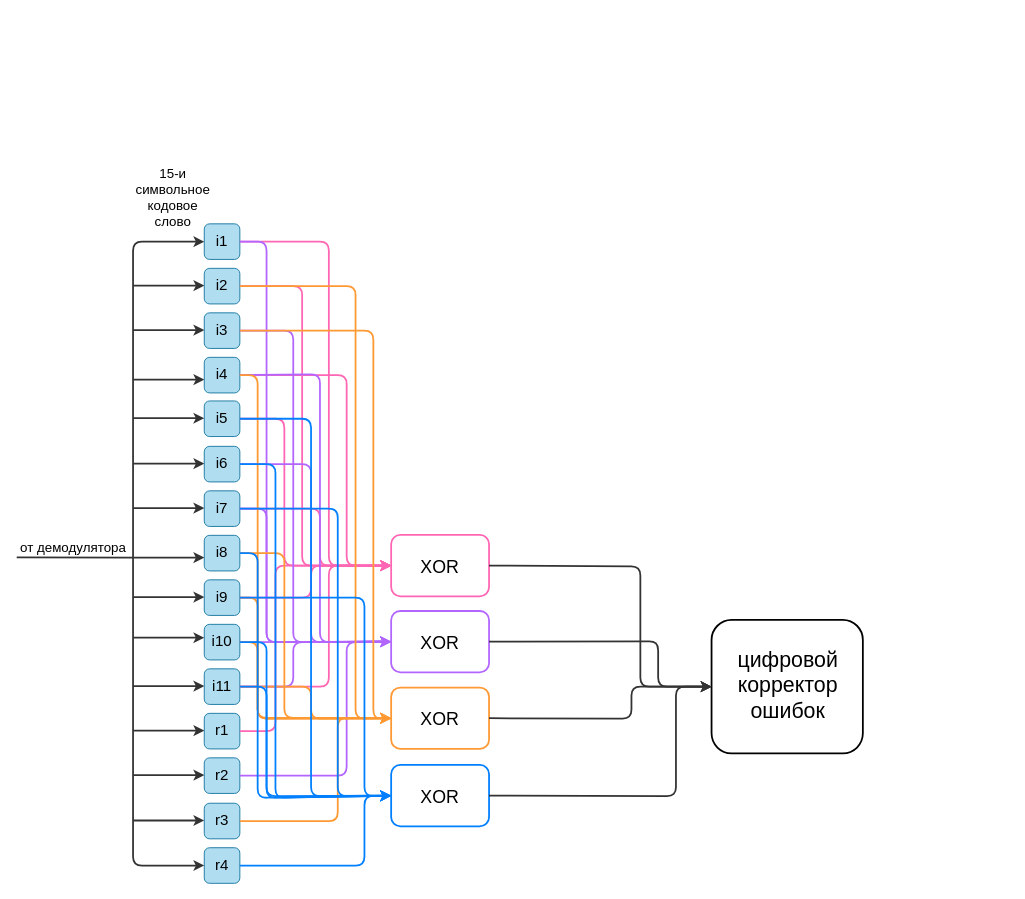
Before: page "Страница 2" (2 of 2) of 1st semester/computer science/Диаграмма без названия.drawio in 7Kseniya/itmo, a draw.io diagram. Source tidied: cells renumbered, new cells numbered last; positions are measured from the earlier drawing's top-left corner, leaving out a move shared by most shapes. Both pictures are drawn from the tidied source at 89%, with x=0, y=0 at pixel (15, 166).
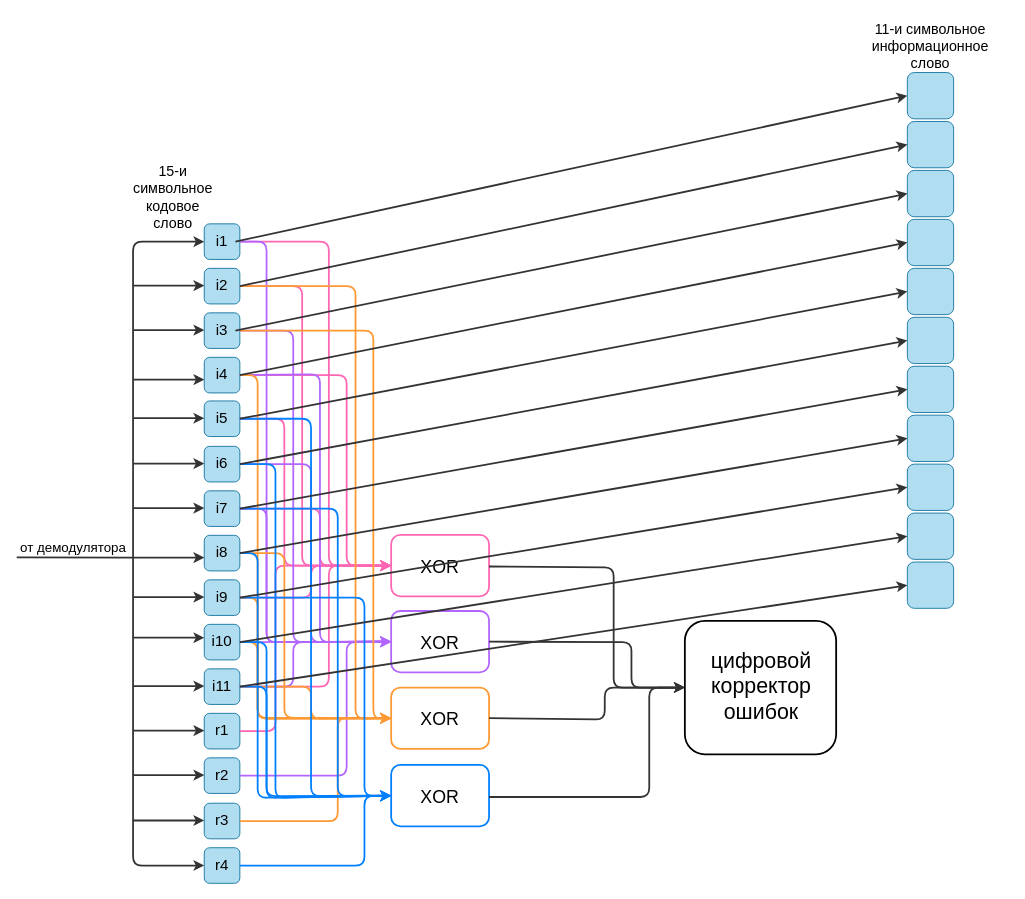
After the change.

The change refers to these unchanged cells:
```xml
<mxCell id="5" style="rounded=1;whiteSpace=wrap;html=1;fillColor=#b1ddf0;strokeColor=#10739e;fillStyle=auto;" parent="1" vertex="1">
  <mxGeometry x="212" y="115" width="40" height="40" as="geometry" />
</mxCell>
<mxCell id="35" value="i1" style="text;html=1;strokeColor=none;fillColor=none;align=center;verticalAlign=middle;whiteSpace=wrap;rounded=0;fillStyle=auto;strokeWidth=2;fontSize=17;" parent="1" vertex="1">
  <mxGeometry x="217" y="70" width="30" height="30" as="geometry" />
</mxCell>
<mxCell id="37" value="i3" style="text;html=1;strokeColor=none;fillColor=none;align=center;verticalAlign=middle;whiteSpace=wrap;rounded=0;fillStyle=auto;strokeWidth=2;fontSize=17;" parent="1" vertex="1">
  <mxGeometry x="217" y="170" width="30" height="30" as="geometry" />
</mxCell>
<mxCell id="38" value="i4" style="text;html=1;strokeColor=none;fillColor=none;align=center;verticalAlign=middle;whiteSpace=wrap;rounded=0;fillStyle=auto;strokeWidth=2;fontSize=17;" parent="1" vertex="1">
  <mxGeometry x="212" y="220" width="40" height="30" as="geometry" />
</mxCell>
<mxCell id="39" value="i5" style="text;html=1;strokeColor=none;fillColor=none;align=center;verticalAlign=middle;whiteSpace=wrap;rounded=0;fillStyle=auto;strokeWidth=2;fontSize=17;" parent="1" vertex="1">
  <mxGeometry x="212" y="269" width="40" height="30" as="geometry" />
</mxCell>
<mxCell id="41" value="i7" style="text;html=1;strokeColor=none;fillColor=none;align=center;verticalAlign=middle;whiteSpace=wrap;rounded=0;fillStyle=auto;strokeWidth=2;fontSize=17;" parent="1" vertex="1">
  <mxGeometry x="212" y="370" width="40" height="30" as="geometry" />
</mxCell>
<mxCell id="42" value="i8" style="text;html=1;strokeColor=none;fillColor=none;align=center;verticalAlign=middle;whiteSpace=wrap;rounded=0;fillStyle=auto;strokeWidth=2;fontSize=17;" parent="1" vertex="1">
  <mxGeometry x="212" y="420" width="40" height="30" as="geometry" />
</mxCell>
<mxCell id="43" value="i9" style="text;html=1;strokeColor=none;fillColor=none;align=center;verticalAlign=middle;whiteSpace=wrap;rounded=0;fillStyle=auto;strokeWidth=2;fontSize=17;" parent="1" vertex="1">
  <mxGeometry x="212" y="470" width="40" height="30" as="geometry" />
</mxCell>
<mxCell id="44" value="i10" style="text;html=1;strokeColor=none;fillColor=none;align=center;verticalAlign=middle;whiteSpace=wrap;rounded=0;fillStyle=auto;strokeWidth=2;fontSize=17;" parent="1" vertex="1">
  <mxGeometry x="212" y="520" width="40" height="30" as="geometry" />
</mxCell>
<mxCell id="50" style="rounded=1;whiteSpace=wrap;html=1;fillStyle=auto;strokeColor=#007FFF;strokeWidth=2;fontSize=17;" parent="1" vertex="1">
  <mxGeometry x="422" y="673" width="110" height="69" as="geometry" />
</mxCell>
<mxCell id="51" style="rounded=1;whiteSpace=wrap;html=1;fillStyle=auto;strokeColor=#FF9933;strokeWidth=2;fontSize=17;" parent="1" vertex="1">
  <mxGeometry x="422" y="586" width="110" height="69" as="geometry" />
</mxCell>
<mxCell id="52" style="rounded=1;whiteSpace=wrap;html=1;fillStyle=auto;strokeColor=#B266FF;strokeWidth=2;fontSize=17;" parent="1" vertex="1">
  <mxGeometry x="422" y="500" width="110" height="69" as="geometry" />
</mxCell>
<mxCell id="53" style="rounded=1;whiteSpace=wrap;html=1;fillStyle=auto;strokeColor=#FF66B3;strokeWidth=2;fontSize=17;" parent="1" vertex="1">
  <mxGeometry x="422" y="414.5" width="110" height="69" as="geometry" />
</mxCell>
```

The edit, as a diff of the source:
```diff
@@
-    <mxCell id="2" style="rounded=1;whiteSpace=wrap;html=1;fillStyle=auto;strokeWidth=2;fontSize=16;" parent="1" vertex="1">
-      <mxGeometry x="782" y="510" width="170" height="150" as="geometry" />
-    </mxCell>
@@
-    <mxCell id="54" value="15-и символьное кодовое слово" style="text;html=1;strokeColor=none;fillColor=none;align=center;verticalAlign=middle;whiteSpace=wrap;rounded=0;fillStyle=auto;fontSize=15;" parent="1" vertex="1">
+    <mxCell id="54" value="15-и символьное кодовое слово" style="text;html=1;strokeColor=none;fillColor=none;align=center;verticalAlign=middle;whiteSpace=wrap;rounded=0;fillStyle=auto;fontSize=16;" parent="1" vertex="1">
       <mxGeometry x="132" width="90" height="70" as="geometry" />
     </mxCell>
@@
+    <mxCell id="96" style="rounded=1;whiteSpace=wrap;html=1;fillColor=#b1ddf0;strokeColor=#10739e;fillStyle=auto;" parent="1" vertex="1">
+      <mxGeometry x="1002" y="60" width="52" height="52" as="geometry" />
+    </mxCell>
+    <mxCell id="97" style="endArrow=classic;html=1;rounded=1;strokeColor=#333333;strokeWidth=2;fontSize=24;entryX=0;entryY=0.5;entryDx=0;entryDy=0;" parent="1" edge="1" target="101">
+      <mxGeometry relative="1" as="geometry">
+        <mxPoint x="532" y="709" as="sourcePoint" />
+        <Array as="points">
+          <mxPoint x="712" y="709" />
+          <mxPoint x="712" y="586" />
+        </Array>
+      </mxGeometry>
+    </mxCell>
+    <mxCell id="98" style="endArrow=classic;html=1;rounded=1;strokeColor=#333333;strokeWidth=2;fontSize=24;entryX=0;entryY=0.5;entryDx=0;entryDy=0;exitX=1;exitY=0.5;exitDx=0;exitDy=0;" parent="1" edge="1" source="51" target="101">
+      <mxGeometry relative="1" as="geometry">
+        <Array as="points">
+          <mxPoint x="662" y="622" />
+          <mxPoint x="662" y="586" />
+        </Array>
+      </mxGeometry>
+    </mxCell>
+    <mxCell id="99" style="endArrow=classic;html=1;rounded=1;strokeColor=#333333;strokeWidth=2;fontSize=24;entryX=0;entryY=0.5;entryDx=0;entryDy=0;" parent="1" edge="1" target="101">
+      <mxGeometry relative="1" as="geometry">
+        <mxPoint x="532" y="450" as="sourcePoint" />
+        <Array as="points">
+          <mxPoint x="672" y="451" />
+          <mxPoint x="672" y="586" />
+        </Array>
+      </mxGeometry>
+    </mxCell>
+    <mxCell id="100" style="endArrow=classic;html=1;rounded=1;strokeColor=#333333;strokeWidth=2;fontSize=24;entryX=0;entryY=0.5;entryDx=0;entryDy=0;exitX=1;exitY=0.5;exitDx=0;exitDy=0;" parent="1" edge="1" source="52" target="101">
+      <mxGeometry relative="1" as="geometry">
+        <Array as="points">
+          <mxPoint x="692" y="535" />
+          <mxPoint x="692" y="586" />
+        </Array>
+      </mxGeometry>
+    </mxCell>
+    <mxCell id="101" style="rounded=1;whiteSpace=wrap;html=1;fillStyle=auto;strokeWidth=2;fontSize=16;" parent="1" vertex="1">
+      <mxGeometry x="752" y="511" width="170" height="150" as="geometry" />
+    </mxCell>
     <mxCell id="91" value="цифровой корректор ошибок" style="text;html=1;strokeColor=none;fillColor=none;align=center;verticalAlign=middle;whiteSpace=wrap;rounded=0;fillStyle=auto;strokeWidth=2;fontSize=24;" parent="1" vertex="1">
-      <mxGeometry x="808" y="549" width="120" height="70" as="geometry" />
+      <mxGeometry x="778" y="550" width="120" height="70" as="geometry" />
     </mxCell>
-    <mxCell id="92" style="endArrow=classic;html=1;rounded=1;strokeColor=#333333;strokeWidth=2;fontSize=24;exitX=1;exitY=0.5;exitDx=0;exitDy=0;entryX=0;entryY=0.5;entryDx=0;entryDy=0;" parent="1" edge="1" source="53" target="2">
-      <mxGeometry relative="1" as="geometry">
-        <Array as="points">
-          <mxPoint x="702" y="450" />
-          <mxPoint x="702" y="585" />
-        </Array>
-      </mxGeometry>
-    </mxCell>
-    <mxCell id="93" style="endArrow=classic;html=1;rounded=1;strokeColor=#333333;strokeWidth=2;fontSize=24;exitX=1;exitY=0.5;exitDx=0;exitDy=0;entryX=0;entryY=0.5;entryDx=0;entryDy=0;" parent="1" edge="1" source="52" target="2">
-      <mxGeometry relative="1" as="geometry">
-        <Array as="points">
-          <mxPoint x="722" y="534" />
-          <mxPoint x="722" y="585" />
-        </Array>
-      </mxGeometry>
-    </mxCell>
-    <mxCell id="94" style="endArrow=classic;html=1;rounded=1;strokeColor=#333333;strokeWidth=2;fontSize=24;exitX=1;exitY=0.5;exitDx=0;exitDy=0;entryX=0;entryY=0.5;entryDx=0;entryDy=0;" parent="1" edge="1" source="51" target="2">
-      <mxGeometry relative="1" as="geometry">
-        <Array as="points">
-          <mxPoint x="692" y="621" />
-          <mxPoint x="692" y="585" />
-        </Array>
-      </mxGeometry>
-    </mxCell>
-    <mxCell id="95" style="endArrow=classic;html=1;rounded=1;strokeColor=#333333;strokeWidth=2;fontSize=24;exitX=1;exitY=0.5;exitDx=0;exitDy=0;entryX=0;entryY=0.5;entryDx=0;entryDy=0;" parent="1" edge="1" source="50" target="2">
-      <mxGeometry relative="1" as="geometry">
-        <Array as="points">
-          <mxPoint x="742" y="708" />
-          <mxPoint x="742" y="585" />
-        </Array>
-      </mxGeometry>
-    </mxCell>
+    <mxCell id="102" style="rounded=1;whiteSpace=wrap;html=1;fillColor=#b1ddf0;strokeColor=#10739e;fillStyle=auto;" parent="1" vertex="1">
+      <mxGeometry x="1002" y="115" width="52" height="52" as="geometry" />
+    </mxCell>
+    <mxCell id="103" style="rounded=1;whiteSpace=wrap;html=1;fillColor=#b1ddf0;strokeColor=#10739e;fillStyle=auto;" parent="1" vertex="1">
+      <mxGeometry x="1002" y="170" width="52" height="52" as="geometry" />
+    </mxCell>
+    <mxCell id="104" style="rounded=1;whiteSpace=wrap;html=1;fillColor=#b1ddf0;strokeColor=#10739e;fillStyle=auto;" parent="1" vertex="1">
+      <mxGeometry x="1002" y="5" width="52" height="52" as="geometry" />
+    </mxCell>
+    <mxCell id="105" style="rounded=1;whiteSpace=wrap;html=1;fillColor=#b1ddf0;strokeColor=#10739e;fillStyle=auto;" parent="1" vertex="1">
+      <mxGeometry x="1002" y="280" width="52" height="52" as="geometry" />
+    </mxCell>
+    <mxCell id="106" style="rounded=1;whiteSpace=wrap;html=1;fillColor=#b1ddf0;strokeColor=#10739e;fillStyle=auto;" parent="1" vertex="1">
+      <mxGeometry x="1002" y="335" width="52" height="52" as="geometry" />
+    </mxCell>
+    <mxCell id="107" style="rounded=1;whiteSpace=wrap;html=1;fillColor=#b1ddf0;strokeColor=#10739e;fillStyle=auto;" parent="1" vertex="1">
+      <mxGeometry x="1002" y="390" width="52" height="52" as="geometry" />
+    </mxCell>
+    <mxCell id="108" style="rounded=1;whiteSpace=wrap;html=1;fillColor=#b1ddf0;strokeColor=#10739e;fillStyle=auto;" parent="1" vertex="1">
+      <mxGeometry x="1002" y="225" width="52" height="52" as="geometry" />
+    </mxCell>
+    <mxCell id="109" style="rounded=1;whiteSpace=wrap;html=1;fillColor=#b1ddf0;strokeColor=#10739e;fillStyle=auto;" parent="1" vertex="1">
+      <mxGeometry x="1002" y="-50" width="52" height="52" as="geometry" />
+    </mxCell>
+    <mxCell id="110" style="rounded=1;whiteSpace=wrap;html=1;fillColor=#b1ddf0;strokeColor=#10739e;fillStyle=auto;" parent="1" vertex="1">
+      <mxGeometry x="1002" y="-105" width="52" height="52" as="geometry" />
+    </mxCell>
+    <mxCell id="111" value="11-и символьное информационное слово" style="text;html=1;strokeColor=none;fillColor=none;align=center;verticalAlign=middle;whiteSpace=wrap;rounded=0;fillStyle=auto;strokeWidth=2;fontSize=16;" parent="1" vertex="1">
+      <mxGeometry x="938" y="-169" width="180" height="67" as="geometry" />
+    </mxCell>
+    <mxCell id="112" style="endArrow=classic;html=1;rounded=1;strokeColor=#333333;strokeWidth=2;fontSize=16;exitX=1;exitY=0.5;exitDx=0;exitDy=0;" parent="1" edge="1" source="35">
+      <mxGeometry relative="1" as="geometry">
+        <mxPoint x="1002" y="-79" as="targetPoint" />
+      </mxGeometry>
+    </mxCell>
+    <mxCell id="113" style="endArrow=classic;html=1;rounded=1;strokeColor=#333333;strokeWidth=2;fontSize=16;exitX=1;exitY=0.5;exitDx=0;exitDy=0;" parent="1" edge="1" source="5">
+      <mxGeometry relative="1" as="geometry">
+        <mxPoint x="1002" y="-24" as="targetPoint" />
+      </mxGeometry>
+    </mxCell>
+    <mxCell id="114" style="endArrow=classic;html=1;rounded=1;strokeColor=#333333;strokeWidth=2;fontSize=16;exitX=1;exitY=0.5;exitDx=0;exitDy=0;entryX=0;entryY=0.5;entryDx=0;entryDy=0;" parent="1" edge="1" source="37" target="104">
+      <mxGeometry relative="1" as="geometry" />
+    </mxCell>
+    <mxCell id="115" style="endArrow=classic;html=1;rounded=1;strokeColor=#333333;strokeWidth=2;fontSize=16;exitX=1;exitY=0.5;exitDx=0;exitDy=0;entryX=0;entryY=0.5;entryDx=0;entryDy=0;" parent="1" edge="1" source="38" target="96">
+      <mxGeometry relative="1" as="geometry" />
+    </mxCell>
+    <mxCell id="116" style="endArrow=classic;html=1;rounded=1;strokeColor=#333333;strokeWidth=2;fontSize=16;exitX=1;exitY=0.5;exitDx=0;exitDy=0;entryX=0;entryY=0.5;entryDx=0;entryDy=0;" parent="1" edge="1" source="39" target="102">
+      <mxGeometry relative="1" as="geometry" />
+    </mxCell>
+    <mxCell id="117" style="endArrow=classic;html=1;rounded=1;strokeColor=#333333;strokeWidth=2;fontSize=16;entryX=0;entryY=0.5;entryDx=0;entryDy=0;" parent="1" edge="1" target="103">
+      <mxGeometry relative="1" as="geometry">
+        <mxPoint x="252" y="335" as="sourcePoint" />
+      </mxGeometry>
+    </mxCell>
+    <mxCell id="118" style="endArrow=classic;html=1;rounded=1;strokeColor=#333333;strokeWidth=2;fontSize=16;exitX=1;exitY=0.5;exitDx=0;exitDy=0;entryX=0;entryY=0.5;entryDx=0;entryDy=0;" parent="1" edge="1" source="41" target="108">
+      <mxGeometry relative="1" as="geometry" />
+    </mxCell>
+    <mxCell id="119" style="endArrow=classic;html=1;rounded=1;strokeColor=#333333;strokeWidth=2;fontSize=16;entryX=0;entryY=0.5;entryDx=0;entryDy=0;" parent="1" edge="1" target="121">
+      <mxGeometry relative="1" as="geometry">
+        <mxPoint x="252" y="585" as="sourcePoint" />
+      </mxGeometry>
+    </mxCell>
+    <mxCell id="120" style="endArrow=classic;html=1;rounded=1;strokeColor=#333333;strokeWidth=2;fontSize=16;exitX=1;exitY=0.5;exitDx=0;exitDy=0;entryX=0;entryY=0.5;entryDx=0;entryDy=0;" parent="1" edge="1" source="42" target="105">
+      <mxGeometry relative="1" as="geometry" />
+    </mxCell>
+    <mxCell id="121" style="rounded=1;whiteSpace=wrap;html=1;fillColor=#b1ddf0;strokeColor=#10739e;fillStyle=auto;" parent="1" vertex="1">
+      <mxGeometry x="1002" y="445" width="52" height="52" as="geometry" />
+    </mxCell>
+    <mxCell id="122" style="endArrow=classic;html=1;rounded=1;strokeColor=#333333;strokeWidth=2;fontSize=16;exitX=1;exitY=0.5;exitDx=0;exitDy=0;entryX=0;entryY=0.5;entryDx=0;entryDy=0;" parent="1" edge="1" source="43" target="106">
+      <mxGeometry relative="1" as="geometry" />
+    </mxCell>
+    <mxCell id="123" style="endArrow=classic;html=1;rounded=1;strokeColor=#333333;strokeWidth=2;fontSize=16;exitX=1;exitY=0.5;exitDx=0;exitDy=0;entryX=0;entryY=0.5;entryDx=0;entryDy=0;" parent="1" edge="1" source="44" target="107">
+      <mxGeometry relative="1" as="geometry" />
+    </mxCell>
```
